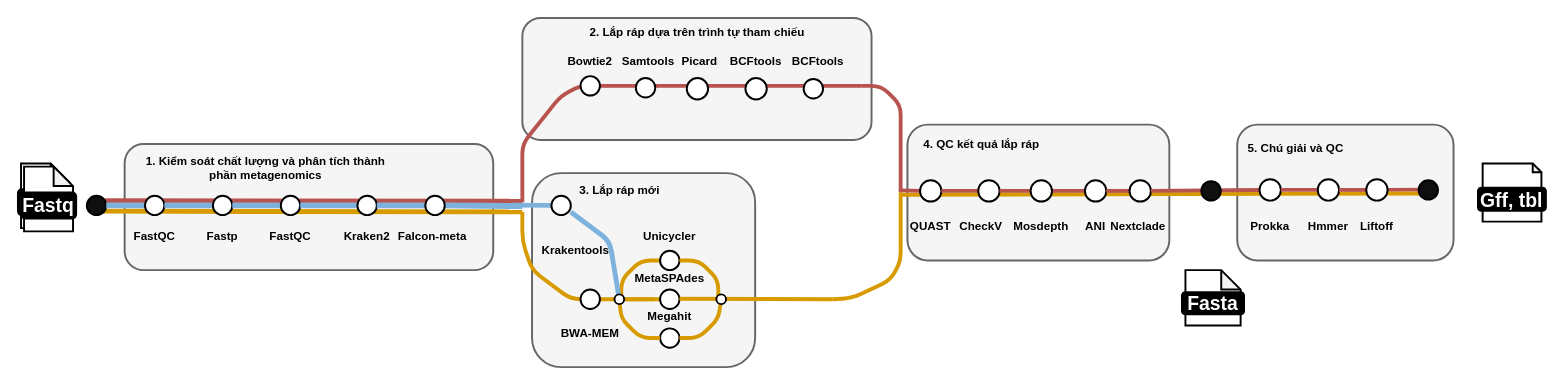
Above: Biểu đồ không có tiêu đề.drawio in thanhtruc44/baitap (draw.io), before the change. Source tidied: cells renumbered, new cells numbered last; positions are measured from the earlier drawing's top-left corner, leaving out a move shared by most shapes. Both pictures are drawn from the tidied source at 97%, with x=0, y=0 at pixel (17, 17).
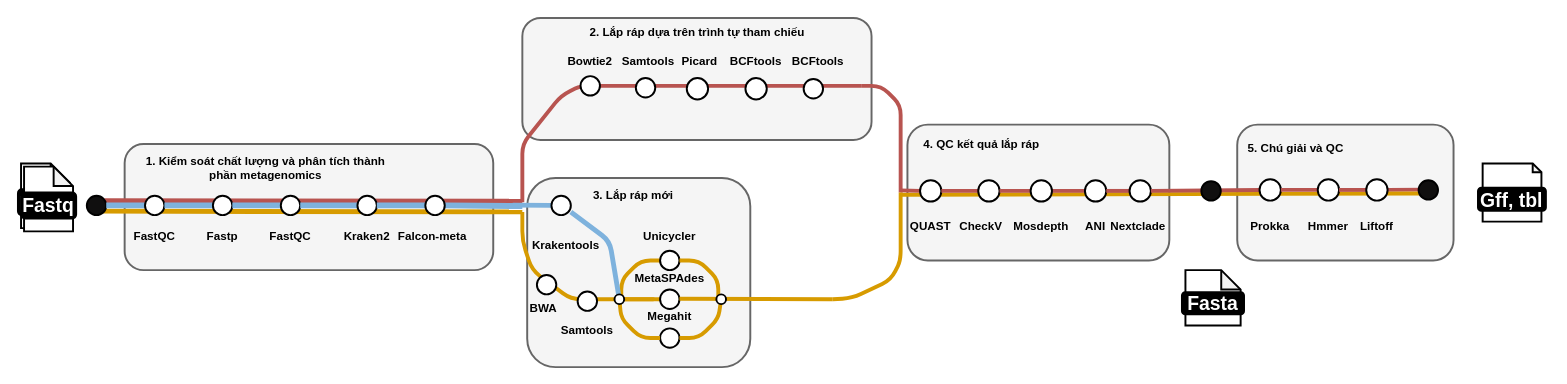
After the change.

Commit message:
Cập nhật Biểu đồ không có tiêu đề.drawio

Diff of the diagram source:
```diff
@@
     <mxCell id="4" style="rounded=1;whiteSpace=wrap;html=1;strokeWidth=2;fillColor=#f5f5f5;fontColor=#333333;strokeColor=#666666;" parent="1" vertex="1">
-      <mxGeometry x="530" y="160" width="230" height="200" as="geometry" />
+      <mxGeometry x="525" y="165" width="230" height="195" as="geometry" />
     </mxCell>
@@
     <mxCell id="48" style="ellipse;whiteSpace=wrap;html=1;rounded=1;rotation=0;strokeWidth=2;shadow=0;" parent="1" vertex="1">
-      <mxGeometry x="580" y="280" width="20" height="20" as="geometry" />
+      <mxGeometry x="535" y="265" width="20" height="20" as="geometry" />
     </mxCell>
-    <mxCell id="49" value="BWA-MEM" style="rounded=1;whiteSpace=wrap;html=1;strokeColor=none;fillColor=none;fontStyle=1;arcSize=50;" parent="1" vertex="1">
-      <mxGeometry x="555" y="320" width="70" height="10" as="geometry" />
+    <mxCell id="49" value="BWA" style="rounded=1;whiteSpace=wrap;html=1;strokeColor=none;fillColor=none;fontStyle=1;arcSize=50;" parent="1" vertex="1">
+      <mxGeometry x="507" y="295" width="70" height="10" as="geometry" />
     </mxCell>
@@
     <mxCell id="55" value="Krakentools" style="rounded=1;whiteSpace=wrap;html=1;strokeColor=none;fillColor=none;fontStyle=1;arcSize=50;" parent="1" vertex="1">
-      <mxGeometry x="540" y="235" width="70" height="10" as="geometry" />
+      <mxGeometry x="530" y="230" width="70" height="10" as="geometry" />
     </mxCell>
@@
     <mxCell id="70" value="3. Lắp ráp mới" style="rounded=1;whiteSpace=wrap;html=1;strokeColor=none;fillColor=none;fontStyle=1;arcSize=50;" parent="1" vertex="1">
-      <mxGeometry x="451" y="173.3" width="339" height="10" as="geometry" />
+      <mxGeometry x="465" y="178.3" width="339" height="10" as="geometry" />
     </mxCell>
@@
+    <mxCell id="108" style="ellipse;whiteSpace=wrap;html=1;rounded=1;rotation=0;strokeWidth=2;shadow=0;" parent="1" vertex="1">
+      <mxGeometry x="577" y="282" width="20" height="20" as="geometry" />
+    </mxCell>
+    <mxCell id="109" value="Samtools" style="rounded=1;whiteSpace=wrap;html=1;strokeColor=none;fillColor=none;fontStyle=1;arcSize=50;" parent="1" vertex="1">
+      <mxGeometry x="552" y="317" width="70" height="10" as="geometry" />
+    </mxCell>
```
